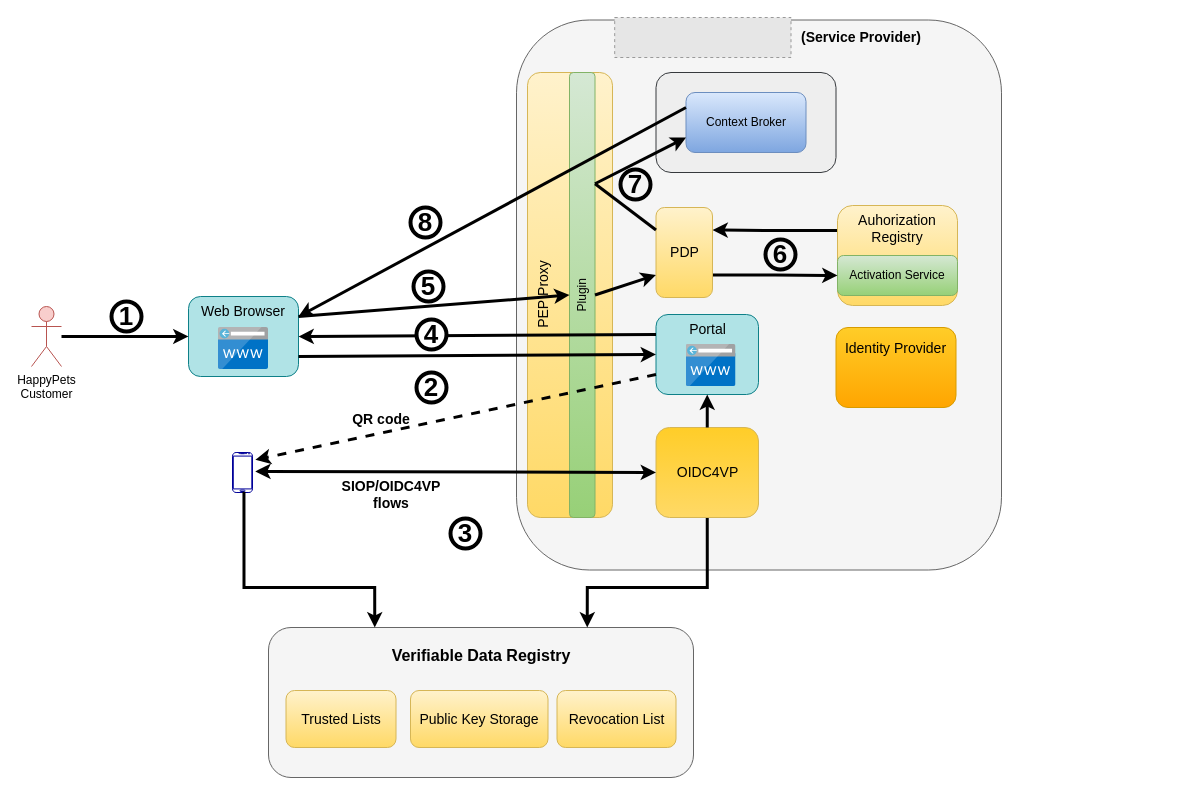
hesusruiz/dsbamvf keeps this draw.io diagram as page "VC-General" (1 of 9) of images/sources/Architecture-VCFlows.drawio. Above is the earlier version. Source tidied: cells renumbered, new cells numbered last; positions are measured from the earlier drawing's top-left corner, leaving out a move shared by most shapes. Both pictures are drawn from the tidied source at 100%, with x=0, y=0 at pixel (31, 17). Pictures stored in the file or linked from it are replaced by grey dashed boxes.
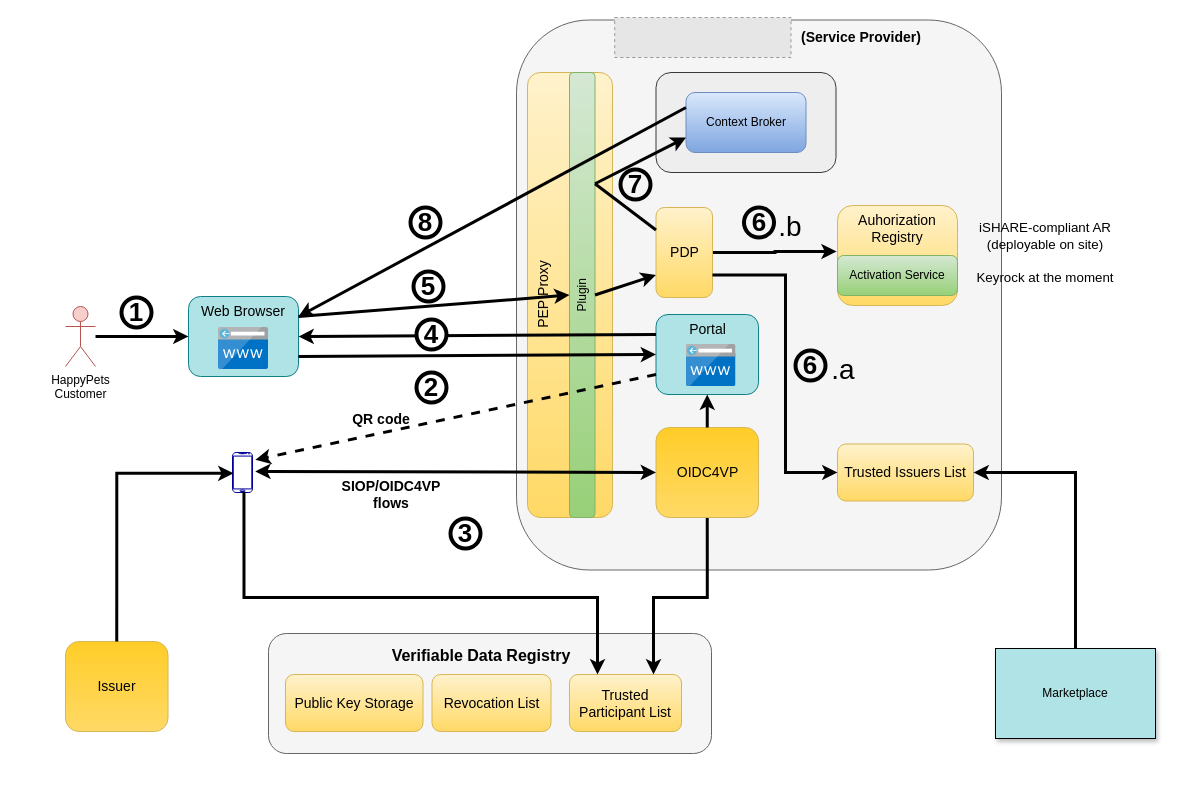
Above is the later version.

Commit message (it also covers changes not shown here):
Update general diagram

The change refers to these unchanged cells:
```xml
<mxCell id="11" value="Auhorization Registry" style="rounded=1;whiteSpace=wrap;html=1;fontSize=14;gradientColor=#ffd966;fillColor=#fff2cc;strokeColor=#d6b656;verticalAlign=top;" parent="1" vertex="1">
  <mxGeometry x="806" y="188" width="120" height="100" as="geometry" />
</mxCell>
<mxCell id="14" value="Activation Service" style="rounded=1;whiteSpace=wrap;html=1;fontSize=12;gradientColor=#97d077;fillColor=#d5e8d4;strokeColor=#82b366;" parent="1" vertex="1">
  <mxGeometry x="806" y="238" width="120" height="40" as="geometry" />
</mxCell>
<mxCell id="23" style="verticalLabelPosition=bottom;verticalAlign=top;html=1;shadow=0;dashed=0;strokeWidth=1;shape=mxgraph.android.phone2;strokeColor=#000099;" parent="1" vertex="1">
  <mxGeometry x="201" y="435" width="20" height="40" as="geometry" />
</mxCell>
<mxCell id="25" value="PDP" style="rounded=1;whiteSpace=wrap;html=1;fontSize=14;gradientColor=#ffd966;fillColor=#fff2cc;strokeColor=#d6b656;labelPosition=center;verticalLabelPosition=middle;align=center;verticalAlign=middle;" parent="1" vertex="1">
  <mxGeometry x="624.5" y="190" width="56.5" height="90" as="geometry" />
</mxCell>
<mxCell id="28" value="OIDC4VP" style="rounded=1;whiteSpace=wrap;html=1;fontSize=14;gradientColor=#ffd966;fillColor=#FFCD28;strokeColor=#d6b656;labelPosition=center;verticalLabelPosition=middle;align=center;verticalAlign=middle;" parent="1" vertex="1">
  <mxGeometry x="624.5" y="410" width="102.5" height="90" as="geometry" />
</mxCell>
```

What changed in the source:
```diff
@@
-    <mxCell id="8" style="rounded=1;whiteSpace=wrap;html=1;fontSize=14;gradientColor=#ffa500;fillColor=#ffcd28;strokeColor=#d79b00;" parent="1" vertex="1">
-      <mxGeometry x="804.5" y="310" width="120" height="80" as="geometry" />
-    </mxCell>
-    <mxCell id="9" value="Identity Provider" style="text;html=1;strokeColor=none;fillColor=none;align=center;verticalAlign=middle;whiteSpace=wrap;rounded=0;fontSize=14;" parent="1" vertex="1">
-      <mxGeometry x="806" y="311" width="117" height="40" as="geometry" />
-    </mxCell>
-    <mxCell id="10" style="edgeStyle=orthogonalEdgeStyle;rounded=0;jettySize=auto;html=1;exitX=0;exitY=0.25;exitDx=0;exitDy=0;entryX=1;entryY=0.25;entryDx=0;entryDy=0;strokeColor=default;strokeWidth=3;" parent="1" edge="1" source="11" target="25">
-      <mxGeometry relative="1" as="geometry" />
-    </mxCell>
@@
     <mxCell id="17" style="rounded=1;whiteSpace=wrap;html=1;fillColor=#f5f5f5;strokeColor=#666666;fontColor=#333333;" parent="1" vertex="1">
-      <mxGeometry x="237" y="610" width="425" height="150" as="geometry" />
+      <mxGeometry x="237" y="616" width="443" height="120" as="geometry" />
     </mxCell>
@@
     <mxCell id="19" value="Revocation List" style="rounded=1;whiteSpace=wrap;html=1;fontSize=14;gradientColor=#ffd966;fillColor=#fff2cc;strokeColor=#d6b656;" parent="1" vertex="1">
-      <mxGeometry x="525.5" y="673" width="119" height="57" as="geometry" />
+      <mxGeometry x="400.5" y="657" width="119" height="57" as="geometry" />
     </mxCell>
     <mxCell id="20" value="Public Key Storage" style="rounded=1;whiteSpace=wrap;html=1;fontSize=14;gradientColor=#ffd966;fillColor=#fff2cc;strokeColor=#d6b656;" parent="1" vertex="1">
-      <mxGeometry x="379" y="673" width="137.5" height="57" as="geometry" />
+      <mxGeometry x="254" y="657" width="137.5" height="57" as="geometry" />
     </mxCell>
-    <mxCell id="21" value="Trusted Lists" style="rounded=1;whiteSpace=wrap;html=1;fontSize=14;gradientColor=#ffd966;fillColor=#fff2cc;strokeColor=#d6b656;" parent="1" vertex="1">
-      <mxGeometry x="254.5" y="673" width="110" height="57" as="geometry" />
+    <mxCell id="21" value="Trusted Participant List" style="rounded=1;whiteSpace=wrap;html=1;fontSize=14;gradientColor=#ffd966;fillColor=#fff2cc;strokeColor=#d6b656;" parent="1" vertex="1">
+      <mxGeometry x="538" y="657" width="112" height="57" as="geometry" />
     </mxCell>
     <mxCell id="22" value="HappyPets&lt;br&gt;Customer" style="shape=umlActor;verticalLabelPosition=bottom;verticalAlign=top;html=1;outlineConnect=0;fillColor=#f8cecc;strokeColor=#b85450;sketch=0;" parent="1" vertex="1">
-      <mxGeometry y="289" width="30" height="60" as="geometry" />
+      <mxGeometry x="34" y="289" width="30" height="60" as="geometry" />
     </mxCell>
@@
-    <mxCell id="24" style="edgeStyle=orthogonalEdgeStyle;rounded=0;jettySize=auto;html=1;exitX=1;exitY=0.75;exitDx=0;exitDy=0;entryX=0;entryY=0.5;entryDx=0;entryDy=0;strokeColor=default;strokeWidth=3;" parent="1" edge="1" source="25" target="14">
+    <mxCell id="24" style="edgeStyle=orthogonalEdgeStyle;rounded=0;jettySize=auto;html=1;exitX=1;exitY=0.5;exitDx=0;exitDy=0;entryX=-0.007;entryY=0.46;entryDx=0;entryDy=0;strokeColor=default;strokeWidth=3;entryPerimeter=0;" parent="1" edge="1" source="25" target="11">
       <mxGeometry relative="1" as="geometry" />
     </mxCell>
@@
-    <mxCell id="27" style="edgeStyle=orthogonalEdgeStyle;rounded=0;jettySize=auto;html=1;exitX=0.5;exitY=1;exitDx=0;exitDy=0;entryX=0.75;entryY=0;entryDx=0;entryDy=0;strokeColor=default;strokeWidth=3;" parent="1" edge="1" source="28" target="17">
+    <mxCell id="27" style="edgeStyle=orthogonalEdgeStyle;rounded=0;jettySize=auto;html=1;exitX=0.5;exitY=1;exitDx=0;exitDy=0;strokeColor=default;strokeWidth=3;entryX=0.75;entryY=0;entryDx=0;entryDy=0;" parent="1" edge="1" source="28" target="21">
       <mxGeometry relative="1" as="geometry">
         <Array as="points">
-          <mxPoint x="676" y="570" />
-          <mxPoint x="556" y="570" />
+          <mxPoint x="676" y="580" />
+          <mxPoint x="622" y="580" />
         </Array>
       </mxGeometry>
     </mxCell>
@@
-    <mxCell id="38" style="endArrow=classic;html=1;rounded=0;strokeColor=default;exitX=0.573;exitY=0.984;exitDx=0;exitDy=0;exitPerimeter=0;entryX=0.25;entryY=0;entryDx=0;entryDy=0;edgeStyle=orthogonalEdgeStyle;strokeWidth=3;" parent="1" edge="1" source="23" target="17">
+    <mxCell id="38" style="endArrow=classic;html=1;rounded=0;strokeColor=default;exitX=0.573;exitY=0.984;exitDx=0;exitDy=0;exitPerimeter=0;entryX=0.25;entryY=0;entryDx=0;entryDy=0;edgeStyle=orthogonalEdgeStyle;strokeWidth=3;" parent="1" edge="1" source="23" target="21">
       <mxGeometry relative="1" as="geometry">
         <Array as="points">
-          <mxPoint x="213" y="570" />
-          <mxPoint x="343" y="570" />
+          <mxPoint x="212" y="580" />
+          <mxPoint x="566" y="580" />
         </Array>
       </mxGeometry>
     </mxCell>
@@
     <mxCell id="42" value="1" style="ellipse;whiteSpace=wrap;html=1;fontSize=26;fillColor=none;fontStyle=1;strokeWidth=4;" parent="1" vertex="1">
-      <mxGeometry x="80" y="284" width="30" height="30" as="geometry" />
+      <mxGeometry x="90" y="280" width="30" height="30" as="geometry" />
     </mxCell>
@@
     <mxCell id="47" value="6" style="ellipse;whiteSpace=wrap;html=1;fontSize=26;fillColor=none;fontStyle=1;strokeWidth=4;" parent="1" vertex="1">
-      <mxGeometry x="734" y="222" width="30" height="30" as="geometry" />
+      <mxGeometry x="712.5" y="190" width="30" height="30" as="geometry" />
     </mxCell>
@@
+    <mxCell id="51" value="Trusted Issuers List" style="rounded=1;whiteSpace=wrap;html=1;fontSize=14;gradientColor=#ffd966;fillColor=#fff2cc;strokeColor=#d6b656;" parent="1" vertex="1">
+      <mxGeometry x="806" y="426.5" width="136" height="57" as="geometry" />
+    </mxCell>
+    <mxCell id="52" value="&lt;span id=&quot;docs-internal-guid-672dc711-7fff-cf49-be95-7c9b9b24b8ca&quot; style=&quot;font-weight:normal;&quot;&gt;&lt;span style=&quot;font-size: 10pt; font-family: Arial; background-color: transparent; font-variant-numeric: normal; font-variant-east-asian: normal; vertical-align: baseline;&quot;&gt;iSHARE-compliant AR (deployable on site)&lt;/span&gt;&lt;span style=&quot;font-size: 10pt; font-family: Arial; background-color: transparent; font-variant-numeric: normal; font-variant-east-asian: normal; vertical-align: baseline;&quot;&gt;&lt;br&gt;&lt;/span&gt;&lt;span style=&quot;font-size: 10pt; font-family: Arial; background-color: transparent; font-variant-numeric: normal; font-variant-east-asian: normal; vertical-align: baseline;&quot;&gt;&lt;br&gt;&lt;/span&gt;&lt;span style=&quot;font-size: 10pt; font-family: Arial; background-color: transparent; font-variant-numeric: normal; font-variant-east-asian: normal; vertical-align: baseline;&quot;&gt;Keyrock at the moment&lt;/span&gt;&lt;/span&gt;" style="text;html=1;strokeColor=none;fillColor=none;align=center;verticalAlign=middle;whiteSpace=wrap;rounded=0;fontStyle=1;fontSize=14;" parent="1" vertex="1">
+      <mxGeometry x="942" y="197" width="144" height="76" as="geometry" />
+    </mxCell>
+    <mxCell id="53" value="Marketplace" style="rounded=0;whiteSpace=wrap;html=1;fillColor=#B0E3E6;shadow=1;" parent="1" vertex="1">
+      <mxGeometry x="964" y="631" width="160" height="90" as="geometry" />
+    </mxCell>
+    <mxCell id="54" style="edgeStyle=orthogonalEdgeStyle;rounded=0;jettySize=auto;html=1;exitX=1;exitY=0.75;exitDx=0;exitDy=0;strokeColor=default;strokeWidth=3;entryX=0;entryY=0.5;entryDx=0;entryDy=0;" parent="1" edge="1" source="25" target="51">
+      <mxGeometry relative="1" as="geometry">
+        <Array as="points">
+          <mxPoint x="754" y="257" />
+          <mxPoint x="754" y="455" />
+        </Array>
+      </mxGeometry>
+    </mxCell>
+    <mxCell id="55" value="6" style="ellipse;whiteSpace=wrap;html=1;fontSize=26;fillColor=none;fontStyle=1;strokeWidth=4;" parent="1" vertex="1">
+      <mxGeometry x="764" y="333" width="30" height="30" as="geometry" />
+    </mxCell>
+    <mxCell id="56" style="edgeStyle=orthogonalEdgeStyle;rounded=0;jettySize=auto;html=1;strokeColor=default;strokeWidth=3;entryX=1;entryY=0.5;entryDx=0;entryDy=0;exitX=0.5;exitY=0;exitDx=0;exitDy=0;" parent="1" edge="1" source="53" target="51">
+      <mxGeometry relative="1" as="geometry" />
+    </mxCell>
+    <mxCell id="57" value="Issuer" style="rounded=1;whiteSpace=wrap;html=1;fontSize=14;gradientColor=#ffd966;fillColor=#FFCD28;strokeColor=#d6b656;labelPosition=center;verticalLabelPosition=middle;align=center;verticalAlign=middle;" parent="1" vertex="1">
+      <mxGeometry x="34" y="624" width="102.5" height="90" as="geometry" />
+    </mxCell>
+    <mxCell id="58" value="&lt;font style=&quot;font-weight: normal; font-size: 28px;&quot;&gt;.a&lt;/font&gt;" style="text;html=1;strokeColor=none;fillColor=none;align=center;verticalAlign=middle;whiteSpace=wrap;rounded=0;fontStyle=1;fontSize=14;" parent="1" vertex="1">
+      <mxGeometry x="796.5" y="337" width="30" height="30" as="geometry" />
+    </mxCell>
+    <mxCell id="59" value="&lt;font style=&quot;font-weight: normal; font-size: 28px;&quot;&gt;.b&lt;/font&gt;" style="text;html=1;strokeColor=none;fillColor=none;align=center;verticalAlign=middle;whiteSpace=wrap;rounded=0;fontStyle=1;fontSize=14;" parent="1" vertex="1">
+      <mxGeometry x="743.5" y="194" width="30" height="30" as="geometry" />
+    </mxCell>
+    <mxCell id="60" style="edgeStyle=orthogonalEdgeStyle;rounded=0;jettySize=auto;html=1;exitX=0.5;exitY=0;exitDx=0;exitDy=0;strokeColor=default;strokeWidth=3;entryX=0.048;entryY=0.52;entryDx=0;entryDy=0;entryPerimeter=0;" parent="1" edge="1" source="57" target="23">
+      <mxGeometry relative="1" as="geometry" />
+    </mxCell>
```
